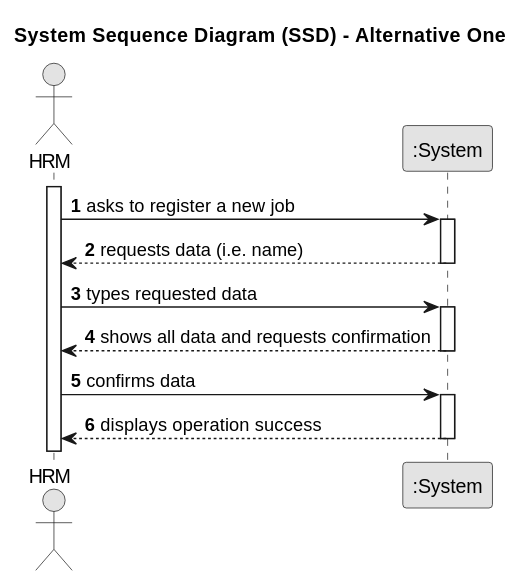
Above: docs/sprintA&B/us002/01.requirements-engineering/svg/us002-system-sequence-diagram-alternative-one.svg in daniel41silva05/ISEP_2023_2024_LAPR2 (PlantUML), before the change. The source it was exported from:
```plantuml
@startuml
skinparam monochrome true
skinparam packageStyle rectangle
skinparam shadowing false

title System Sequence Diagram (SSD) - Alternative One

autonumber

actor "HRM" as HRM
participant ":System" as System

activate HRM

    HRM -> System : asks to register a new job
    activate System

        System --> HRM : requests data (i.e. name)
    deactivate System

    HRM -> System : types requested data
    activate System


        System --> HRM : shows all data and requests confirmation
    deactivate System

    HRM -> System : confirms data
    activate System

        System --> HRM : displays operation success
    deactivate System
@enduml
```
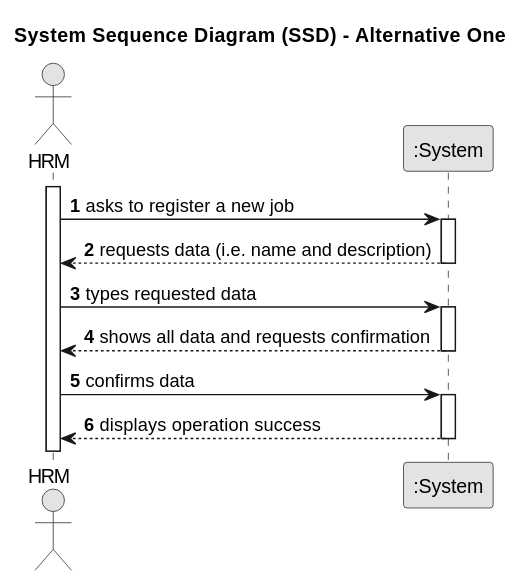
The same file after the commit.

Change to the diagram source:
```diff
@@ -15,7 +15,7 @@
     HRM -> System : asks to register a new job
     activate System
 
-        System --> HRM : requests data (i.e. name)
+        System --> HRM : requests data (i.e. name and description)
     deactivate System
 
     HRM -> System : types requested data
```
